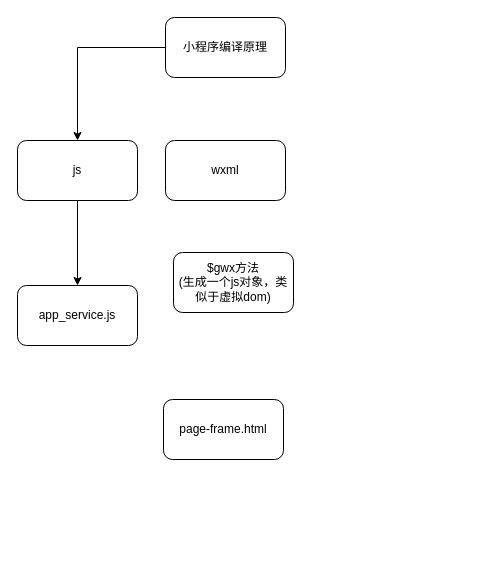
Before: 小程序编译.drawio in AdhereZ/graph, a draw.io diagram. Source tidied: cells renumbered, new cells numbered last; positions are measured from the earlier drawing's top-left corner, leaving out a move shared by most shapes. Both pictures are drawn from the tidied source at 100%, with x=0, y=0 at pixel (17, 17).
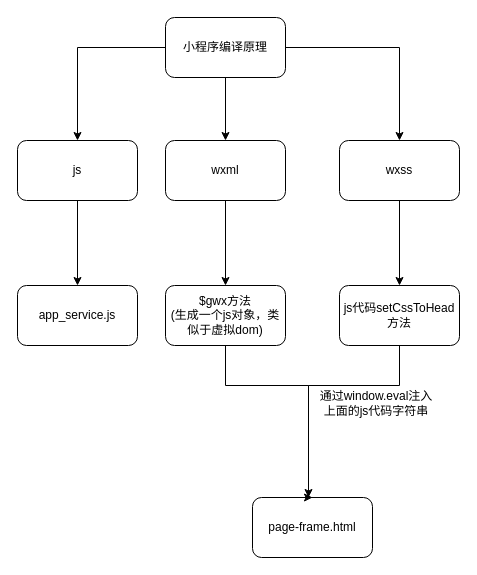
The same page after the edit.

Commit message (it also covers changes not shown here):
更新小程序编译.drawio

Unchanged cells that the change refers to:
```xml
<mxCell id="3" value="小程序编译原理" style="rounded=1;whiteSpace=wrap;html=1;" parent="1" vertex="1">
  <mxGeometry x="148" width="120" height="60" as="geometry" />
</mxCell>
<mxCell id="7" value="wxml" style="rounded=1;whiteSpace=wrap;html=1;" parent="1" vertex="1">
  <mxGeometry x="148" y="123" width="120" height="60" as="geometry" />
</mxCell>
```

Diff of the diagram source:
```diff
@@
+    <mxCell id="10" style="edgeStyle=orthogonalEdgeStyle;rounded=0;jettySize=auto;html=1;" parent="1" edge="1" source="3" target="7">
+      <mxGeometry relative="1" as="geometry" />
+    </mxCell>
+    <mxCell id="11" style="edgeStyle=orthogonalEdgeStyle;rounded=0;jettySize=auto;html=1;entryX=0.5;entryY=0;entryDx=0;entryDy=0;" parent="1" edge="1" source="3" target="15">
+      <mxGeometry relative="1" as="geometry" />
+    </mxCell>
@@
+    <mxCell id="12" style="edgeStyle=orthogonalEdgeStyle;rounded=0;jettySize=auto;html=1;" parent="1" edge="1" source="7" target="9">
+      <mxGeometry relative="1" as="geometry" />
+    </mxCell>
@@
     <mxCell id="8" value="page-frame.html" style="rounded=1;whiteSpace=wrap;html=1;" parent="1" vertex="1">
-      <mxGeometry x="146" y="382" width="120" height="60" as="geometry" />
+      <mxGeometry x="235" y="480" width="120" height="60" as="geometry" />
     </mxCell>
+    <mxCell id="13" style="edgeStyle=orthogonalEdgeStyle;rounded=0;jettySize=auto;html=1;" parent="1" edge="1" source="9" target="8">
+      <mxGeometry relative="1" as="geometry">
+        <Array as="points">
+          <mxPoint x="208" y="368" />
+          <mxPoint x="291" y="368" />
+        </Array>
+      </mxGeometry>
+    </mxCell>
     <mxCell id="9" value="$gwx方法&lt;br&gt;(生成一个js对象，类似于虚拟dom)" style="rounded=1;whiteSpace=wrap;html=1;" parent="1" vertex="1">
-      <mxGeometry x="156" y="235" width="120" height="60" as="geometry" />
+      <mxGeometry x="148" y="268" width="120" height="60" as="geometry" />
     </mxCell>
+    <mxCell id="14" style="edgeStyle=orthogonalEdgeStyle;rounded=0;jettySize=auto;html=1;" parent="1" edge="1" source="15" target="17">
+      <mxGeometry relative="1" as="geometry" />
+    </mxCell>
+    <mxCell id="15" value="wxss" style="rounded=1;whiteSpace=wrap;html=1;" parent="1" vertex="1">
+      <mxGeometry x="322" y="123" width="120" height="60" as="geometry" />
+    </mxCell>
+    <mxCell id="16" style="edgeStyle=orthogonalEdgeStyle;rounded=0;jettySize=auto;html=1;entryX=0.5;entryY=0;entryDx=0;entryDy=0;" parent="1" edge="1" source="17" target="8">
+      <mxGeometry relative="1" as="geometry">
+        <Array as="points">
+          <mxPoint x="382" y="368" />
+          <mxPoint x="291" y="368" />
+          <mxPoint x="291" y="480" />
+        </Array>
+      </mxGeometry>
+    </mxCell>
+    <mxCell id="17" value="js代码setCssToHead方法" style="rounded=1;whiteSpace=wrap;html=1;" parent="1" vertex="1">
+      <mxGeometry x="322" y="268" width="120" height="60" as="geometry" />
+    </mxCell>
+    <mxCell id="18" value="通过window.eval注入上面的js代码字符串" style="text;html=1;strokeColor=none;fillColor=none;align=center;verticalAlign=middle;whiteSpace=wrap;rounded=0;" parent="1" vertex="1">
+      <mxGeometry x="301" y="371" width="116" height="30" as="geometry" />
+    </mxCell>
```
